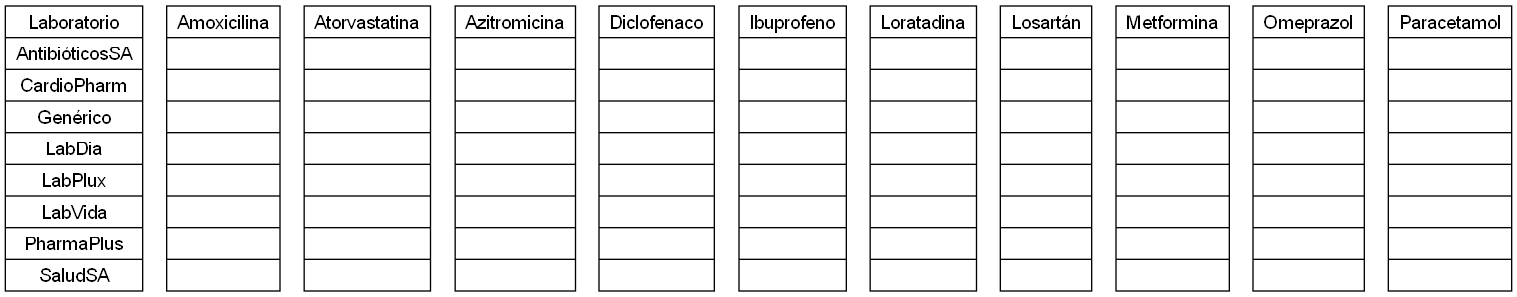
The Graphviz diagram graficos/matrizDispersa.png in RONY36606/EDD_1S2026_PY_-202307793_FASE1-2-3, before a commit. Its source is kept beside it as graficos/matrizDispersa.dot.
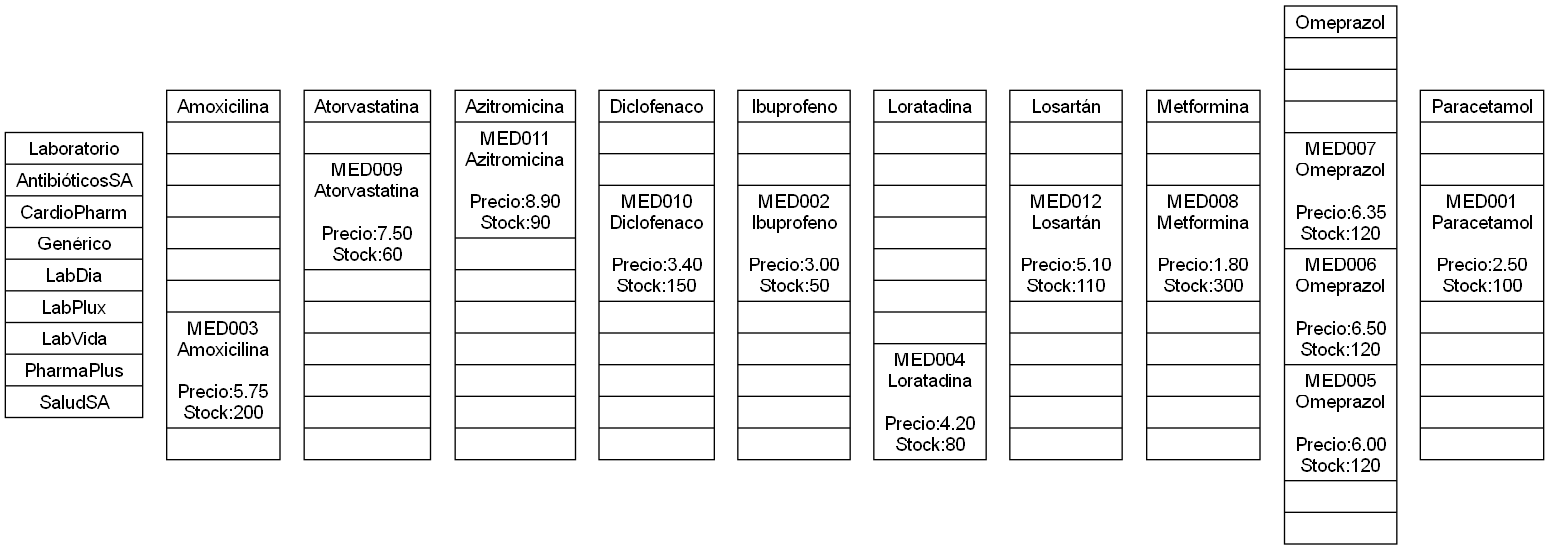
The same diagram one commit later.

Diff of the diagram source:
```diff
@@ -1,14 +1,14 @@
 digraph Matriz {
     node [shape=record, fontname="Helvetica"];
     header [label="{ Laboratorio | AntibióticosSA | CardioPharm | Genérico | LabDia | LabPlux | LabVida | PharmaPlus | SaludSA }"];
-    "Amoxicilina" [label="{ Amoxicilina |   |   |   |   |   |   |   |   }"];
-    "Atorvastatina" [label="{ Atorvastatina |   |   |   |   |   |   |   |   }"];
-    "Azitromicina" [label="{ Azitromicina |   |   |   |   |   |   |   |   }"];
-    "Diclofenaco" [label="{ Diclofenaco |   |   |   |   |   |   |   |   }"];
-    "Ibuprofeno" [label="{ Ibuprofeno |   |   |   |   |   |   |   |   }"];
-    "Loratadina" [label="{ Loratadina |   |   |   |   |   |   |   |   }"];
-    "Losartán" [label="{ Losartán |   |   |   |   |   |   |   |   }"];
-    "Metformina" [label="{ Metformina |   |   |   |   |   |   |   |   }"];
-    "Omeprazol" [label="{ Omeprazol |   |   |   |   |   |   |   |   }"];
-    "Paracetamol" [label="{ Paracetamol |   |   |   |   |   |   |   |   }"];
+    "Amoxicilina" [label="{ Amoxicilina |   |   |   |   |   |   | MED003\nAmoxicilina\n\nPrecio:5.75\nStock:200 |   }"];
+    "Atorvastatina" [label="{ Atorvastatina |   | MED009\nAtorvastatina\n\nPrecio:7.50\nStock:60 |   |   |   |   |   |   }"];
+    "Azitromicina" [label="{ Azitromicina | MED011\nAzitromicina\n\nPrecio:8.90\nStock:90 |   |   |   |   |   |   |   }"];
+    "Diclofenaco" [label="{ Diclofenaco |   |   | MED010\nDiclofenaco\n\nPrecio:3.40\nStock:150 |   |   |   |   |   }"];
+    "Ibuprofeno" [label="{ Ibuprofeno |   |   | MED002\nIbuprofeno\n\nPrecio:3.00\nStock:50 |   |   |   |   |   }"];
+    "Loratadina" [label="{ Loratadina |   |   |   |   |   |   |   | MED004\nLoratadina\n\nPrecio:4.20\nStock:80 }"];
+    "Losartán" [label="{ Losartán |   |   | MED012\nLosartán\n\nPrecio:5.10\nStock:110 |   |   |   |   |   }"];
+    "Metformina" [label="{ Metformina |   |   | MED008\nMetformina\n\nPrecio:1.80\nStock:300 |   |   |   |   |   }"];
+    "Omeprazol" [label="{ Omeprazol |   |   |   | MED007\nOmeprazol\n\nPrecio:6.35\nStock:120 | MED006\nOmeprazol\n\nPrecio:6.50\nStock:120 | MED005\nOmeprazol\n\nPrecio:6.00\nStock:120 |   |   }"];
+    "Paracetamol" [label="{ Paracetamol |   |   | MED001\nParacetamol\n\nPrecio:2.50\nStock:100 |   |   |   |   |   }"];
 }
```
